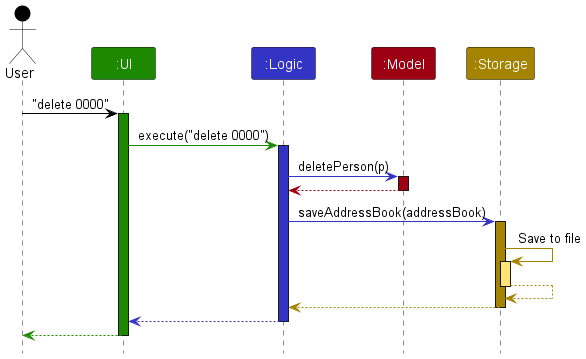
Above: docs/images/ArchitectureSequenceDiagram.png in Emberlynn-Loo/tp (PlantUML), before the change. The source it was exported from:
```plantuml
@startuml
!include style.puml
skinparam ArrowFontStyle plain

Actor User as user USER_COLOR
Participant ":UI" as ui UI_COLOR
Participant ":Logic" as logic LOGIC_COLOR
Participant ":Model" as model MODEL_COLOR
Participant ":Storage" as storage STORAGE_COLOR

user -[USER_COLOR]> ui : "delete 0000"
activate ui UI_COLOR

ui -[UI_COLOR]> logic : execute("delete 0000")
activate logic LOGIC_COLOR

logic -[LOGIC_COLOR]> model : deletePerson(p)
activate model MODEL_COLOR

model -[MODEL_COLOR]-> logic
deactivate model

logic -[LOGIC_COLOR]> storage : saveAddressBook(addressBook)
activate storage STORAGE_COLOR

storage -[STORAGE_COLOR]> storage : Save to file
activate storage STORAGE_COLOR_T1
storage --[STORAGE_COLOR]> storage
deactivate storage

storage --[STORAGE_COLOR]> logic
deactivate storage

logic --[LOGIC_COLOR]> ui
deactivate logic

ui--[UI_COLOR]> user
deactivate ui
@enduml
```
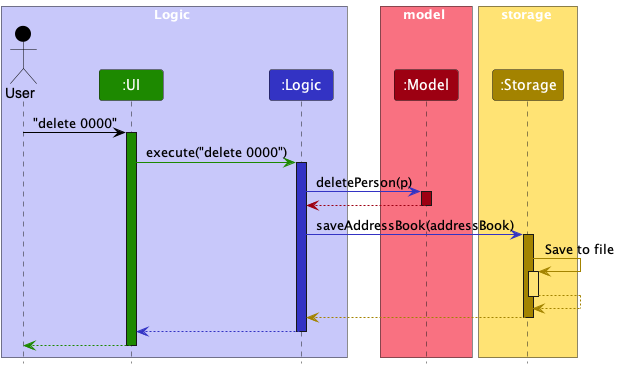
Later version of the same file.

Diff of the diagram source:
```diff
@@ -2,11 +2,19 @@
 !include style.puml
 skinparam ArrowFontStyle plain
 
+box Logic LOGIC_COLOR_T1
 Actor User as user USER_COLOR
 Participant ":UI" as ui UI_COLOR
 Participant ":Logic" as logic LOGIC_COLOR
+end box
+
+box model MODEL_COLOR_T1
 Participant ":Model" as model MODEL_COLOR
+end box
+
+box storage STORAGE_COLOR_T1
 Participant ":Storage" as storage STORAGE_COLOR
+end box
 
 user -[USER_COLOR]> ui : "delete 0000"
 activate ui UI_COLOR
```
